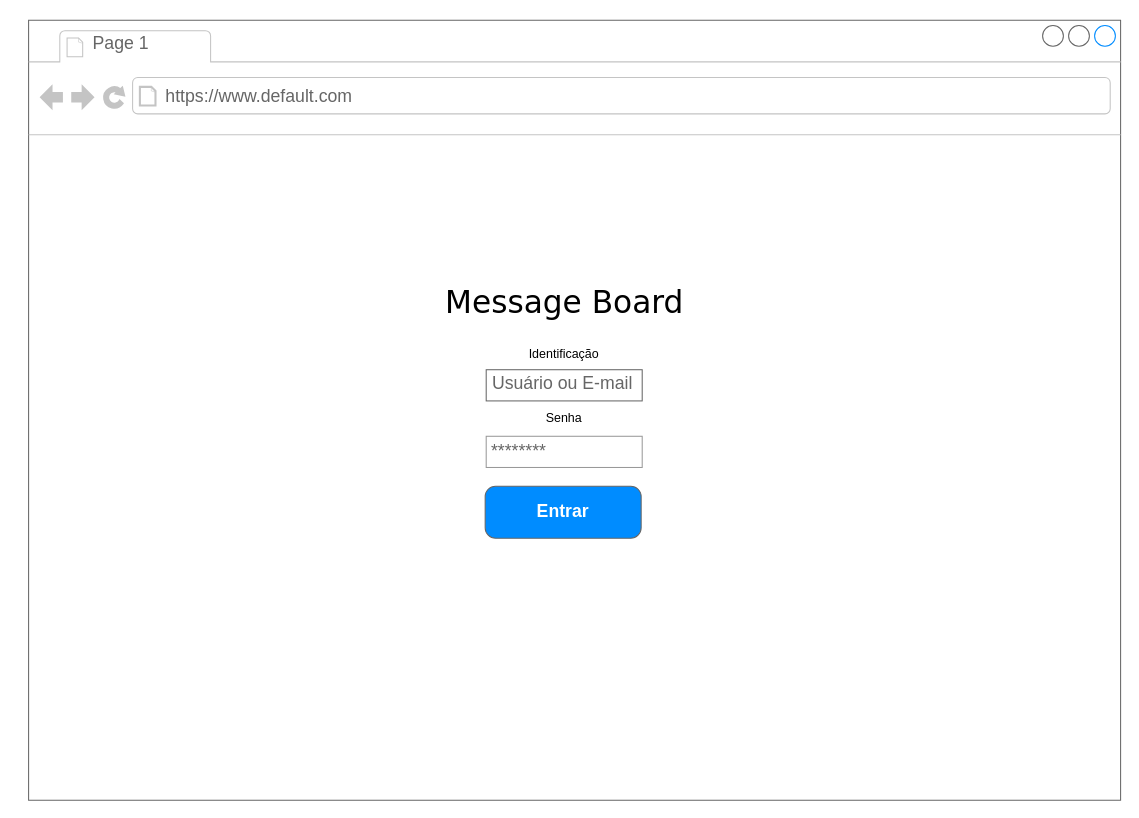
This is page "login" (4 of 6) of wireframe/messageboard.drawio from johnywalves/message-board-frontend, a draw.io file, before an edit. Source tidied: cells renumbered, new cells numbered last; positions are measured from the earlier drawing's top-left corner, leaving out a move shared by most shapes. Both pictures are drawn from the tidied source at 104%, with x=0, y=0 at pixel (28, 20).
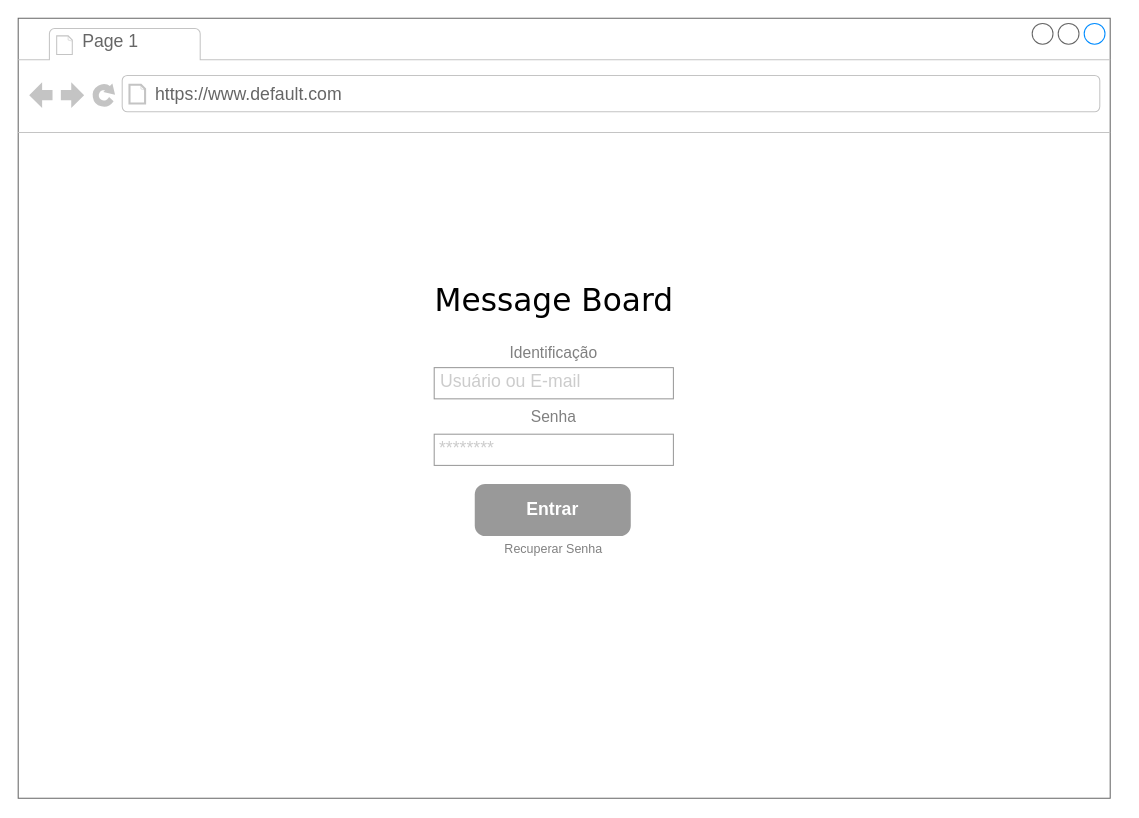
Above is the later version.

Diff of the diagram source:
```diff
@@
 <mxGraphModel>
   <root>
     <mxCell id="0" />
     <mxCell id="1" parent="0" />
     <mxCell id="2" style="group;" parent="1" vertex="1">
       <mxGeometry width="1050" height="750" as="geometry" />
     </mxCell>
     <mxCell id="3" style="strokeWidth=1;shadow=0;dashed=0;align=center;html=1;shape=mxgraph.mockup.containers.browserWindow;rSize=0;fillColor=#ffffff;strokeColor=#666666;mainText=,;rounded=0;labelBackgroundColor=none;fontFamily=Verdana;fontSize=12;fontColor=#000000;" parent="2" vertex="1">
-      <mxGeometry width="1050" height="750" as="geometry" />
+      <mxGeometry x="-10" y="-2" width="1050" height="750" as="geometry" />
     </mxCell>
     <mxCell id="4" value="Page 1" style="strokeWidth=1;shadow=0;dashed=0;align=center;html=1;shape=mxgraph.mockup.containers.anchor;fontSize=17;fontColor=#666666;align=left;" parent="3" vertex="1">
       <mxGeometry x="60" y="11" width="110" height="23.8" as="geometry" />
     </mxCell>
     <mxCell id="5" value="https://www.default.com" style="strokeWidth=1;shadow=0;dashed=0;align=center;html=1;shape=mxgraph.mockup.containers.anchor;rSize=0;fontSize=17;fontColor=#666666;align=left;" parent="3" vertex="1">
       <mxGeometry x="130" y="61.9" width="250" height="23.8" as="geometry" />
     </mxCell>
     <mxCell id="6" value="Message Board" style="text;html=1;align=center;verticalAlign=top;spacingTop=-4;fontSize=30;fontFamily=Verdana;fontColor=#000000;" parent="3" vertex="1">
       <mxGeometry x="345" y="251" width="340" height="45.7" as="geometry" />
     </mxCell>
-    <mxCell id="7" value="********" style="strokeWidth=1;shadow=0;dashed=0;align=center;html=1;shape=mxgraph.mockup.forms.pwField;strokeColor=#999999;mainText=;align=left;fillColor=#ffffff;fontColor=#666666;fontSize=17;spacingLeft=3;" parent="3" vertex="1">
-      <mxGeometry x="440" y="400" width="150" height="30" as="geometry" />
+    <mxCell id="7" value="********" style="strokeWidth=1;shadow=0;dashed=0;align=center;html=1;shape=mxgraph.mockup.forms.pwField;strokeColor=#999999;mainText=;align=left;fillColor=#ffffff;fontColor=#CCCCCC;fontSize=17;spacingLeft=3;" parent="3" vertex="1">
+      <mxGeometry x="400" y="400" width="230" height="30" as="geometry" />
     </mxCell>
-    <mxCell id="8" value="Identificação" style="text;html=1;strokeColor=none;fillColor=none;align=center;verticalAlign=middle;whiteSpace=wrap;rounded=0;fontColor=#000000;" parent="3" vertex="1">
-      <mxGeometry x="495" y="311" width="40" height="20" as="geometry" />
+    <mxCell id="8" value="Identificação" style="text;html=1;strokeColor=none;fillColor=none;align=center;verticalAlign=middle;whiteSpace=wrap;rounded=0;fontColor=#808080;fontSize=15;" parent="3" vertex="1">
+      <mxGeometry x="400" y="311" width="230" height="20" as="geometry" />
     </mxCell>
-    <mxCell id="9" value="Senha" style="text;html=1;strokeColor=none;fillColor=none;align=center;verticalAlign=middle;whiteSpace=wrap;rounded=0;fontColor=#000000;" parent="3" vertex="1">
+    <mxCell id="9" value="Senha" style="text;html=1;strokeColor=none;fillColor=none;align=center;verticalAlign=middle;whiteSpace=wrap;rounded=0;fontColor=#808080;fontSize=15;" parent="3" vertex="1">
       <mxGeometry x="494.5" y="373" width="40" height="20" as="geometry" />
     </mxCell>
-    <mxCell id="10" value="Usuário ou E-mail" style="strokeWidth=1;shadow=0;dashed=0;align=center;html=1;shape=mxgraph.mockup.text.textBox;fillColor=#ffffff;fontColor=#666666;align=left;fontSize=17;spacingLeft=4;spacingTop=-3;strokeColor=#666666;mainText=;" parent="3" vertex="1">
-      <mxGeometry x="440" y="336" width="150" height="30" as="geometry" />
+    <mxCell id="10" value="Usuário ou E-mail" style="strokeWidth=1;shadow=0;dashed=0;align=center;html=1;shape=mxgraph.mockup.text.textBox;fillColor=#ffffff;fontColor=#CCCCCC;align=left;fontSize=17;spacingLeft=4;spacingTop=-3;strokeColor=#999999;mainText=;" parent="3" vertex="1">
+      <mxGeometry x="400" y="336" width="230" height="30" as="geometry" />
     </mxCell>
-    <mxCell id="11" value="Entrar" style="strokeWidth=1;shadow=0;dashed=0;align=center;html=1;shape=mxgraph.mockup.buttons.button;strokeColor=#666666;fontColor=#ffffff;mainText=;buttonStyle=round;fontSize=17;fontStyle=1;fillColor=#008cff;whiteSpace=wrap;" parent="3" vertex="1">
+    <mxCell id="11" value="Entrar" style="strokeWidth=1;shadow=0;dashed=0;align=center;html=1;shape=mxgraph.mockup.buttons.button;strokeColor=none;fontColor=#ffffff;mainText=;buttonStyle=round;fontSize=17;fontStyle=1;fillColor=#999999;whiteSpace=wrap;" parent="3" vertex="1">
       <mxGeometry x="439" y="448" width="150" height="50" as="geometry" />
     </mxCell>
+    <mxCell id="12" value="Recuperar Senha" style="text;html=1;strokeColor=none;fillColor=none;align=center;verticalAlign=middle;whiteSpace=wrap;rounded=0;fontColor=#808080;" parent="3" vertex="1">
+      <mxGeometry x="400" y="501" width="230" height="20" as="geometry" />
+    </mxCell>
   </root>
 </mxGraphModel>
```
